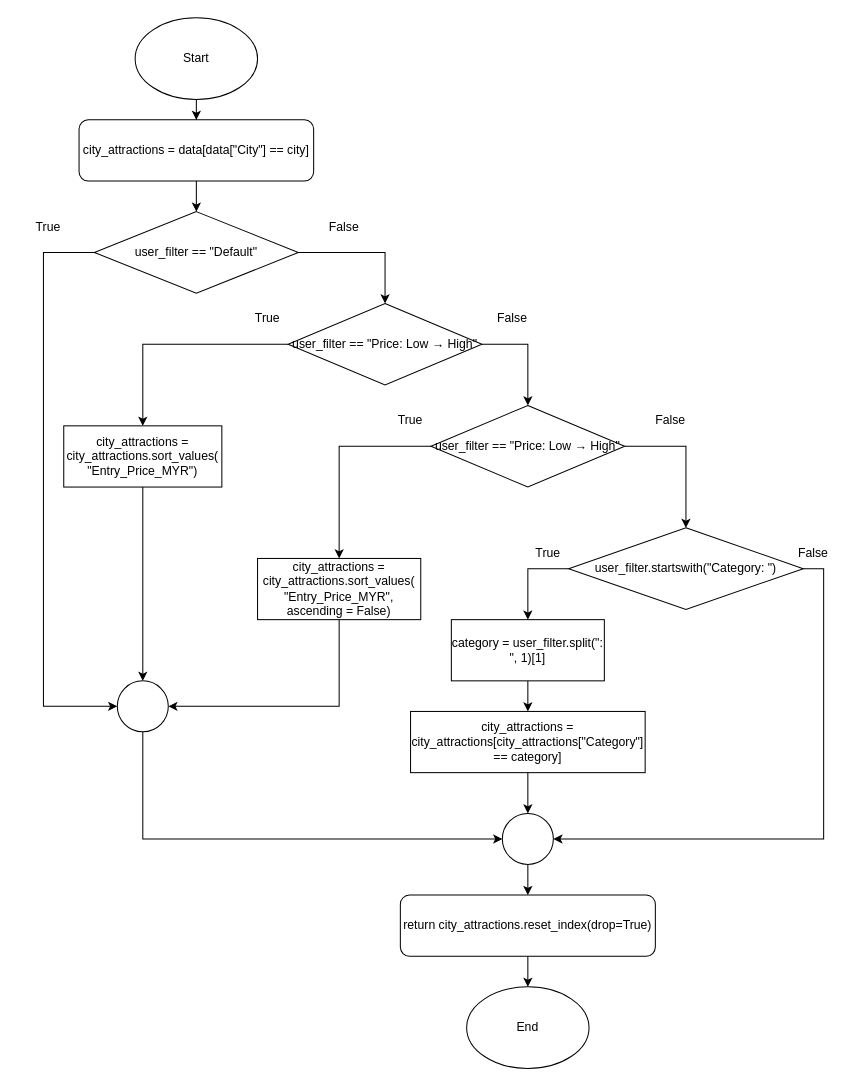
Earlier version of the draw.io diagram page "apply_filter(data, city, user_filter)" (1 of 16) of flowcharts/attractions.drawio (zyyappp/travel-reservation-system). Source tidied: cells renumbered, new cells numbered last; positions are measured from the earlier drawing's top-left corner, leaving out a move shared by most shapes. Both pictures are drawn from the tidied source at 102%, with x=0, y=0 at pixel (17, 17).
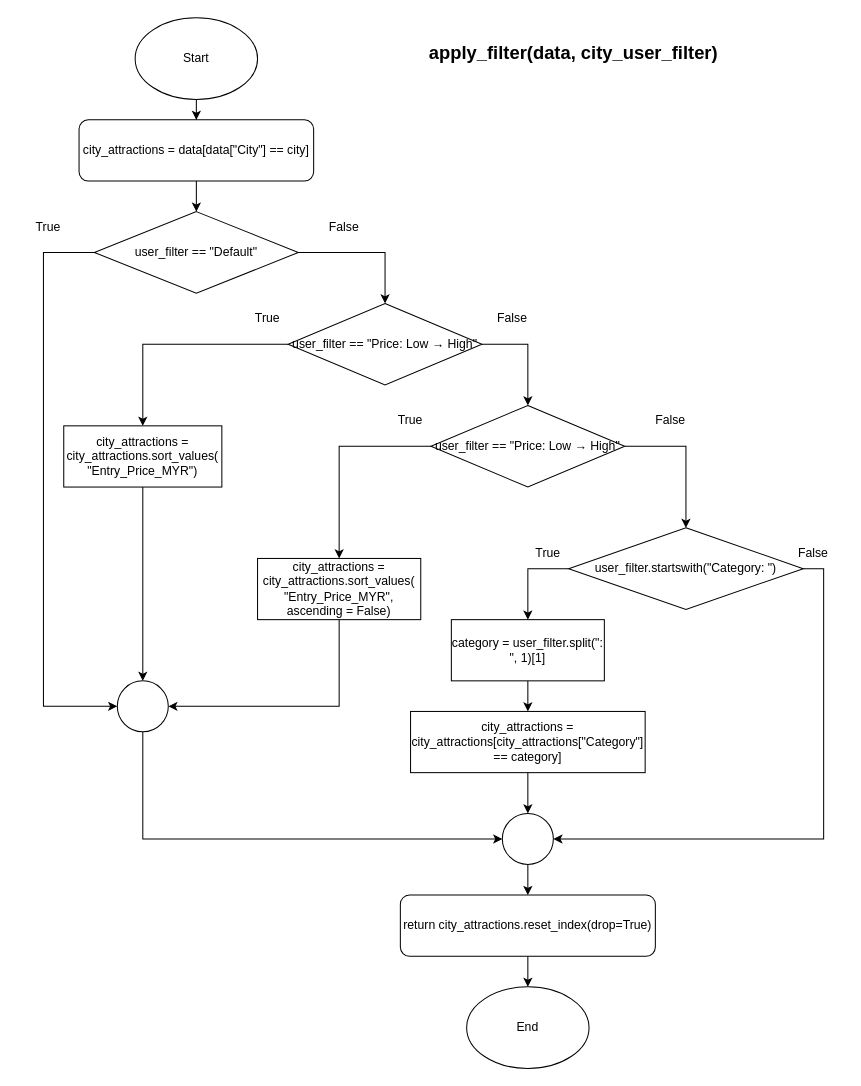
The same diagram, later.

The edit, as a diff of the source:
```diff
@@
+    <mxCell id="41" value="&lt;font style=&quot;font-size: 18px;&quot;&gt;&lt;b&gt;apply_filter(data, city_user_filter)&lt;/b&gt;&lt;/font&gt;" style="text;html=1;whiteSpace=wrap;strokeColor=none;fillColor=none;align=center;verticalAlign=middle;rounded=0;" parent="1" vertex="1">
+      <mxGeometry x="385" y="10" width="320" height="50" as="geometry" />
+    </mxCell>
```
